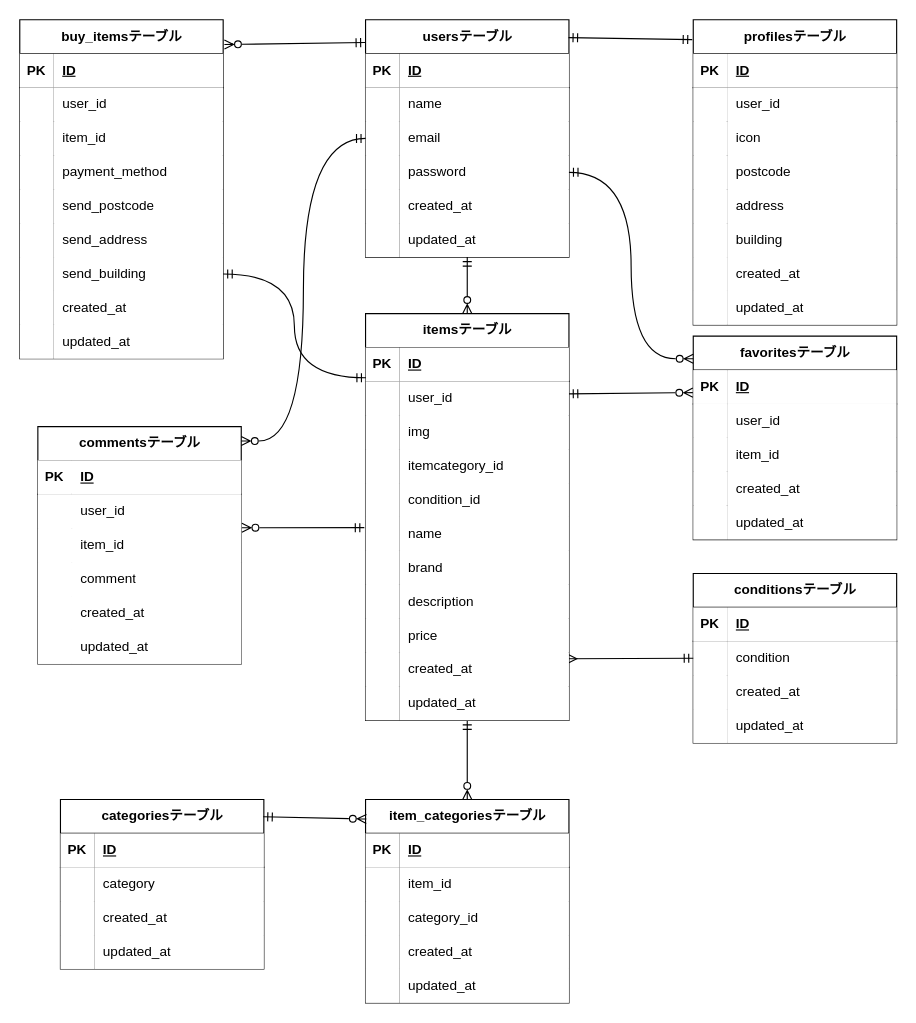
This is src/design/er.drawio from hisano-satomi/flea-market, a draw.io file, before an edit. Source tidied: cells renumbered, new cells numbered last; positions are measured from the earlier drawing's top-left corner, leaving out a move shared by most shapes. Both pictures are drawn from the tidied source at 113%, with x=0, y=0 at pixel (19, 19).
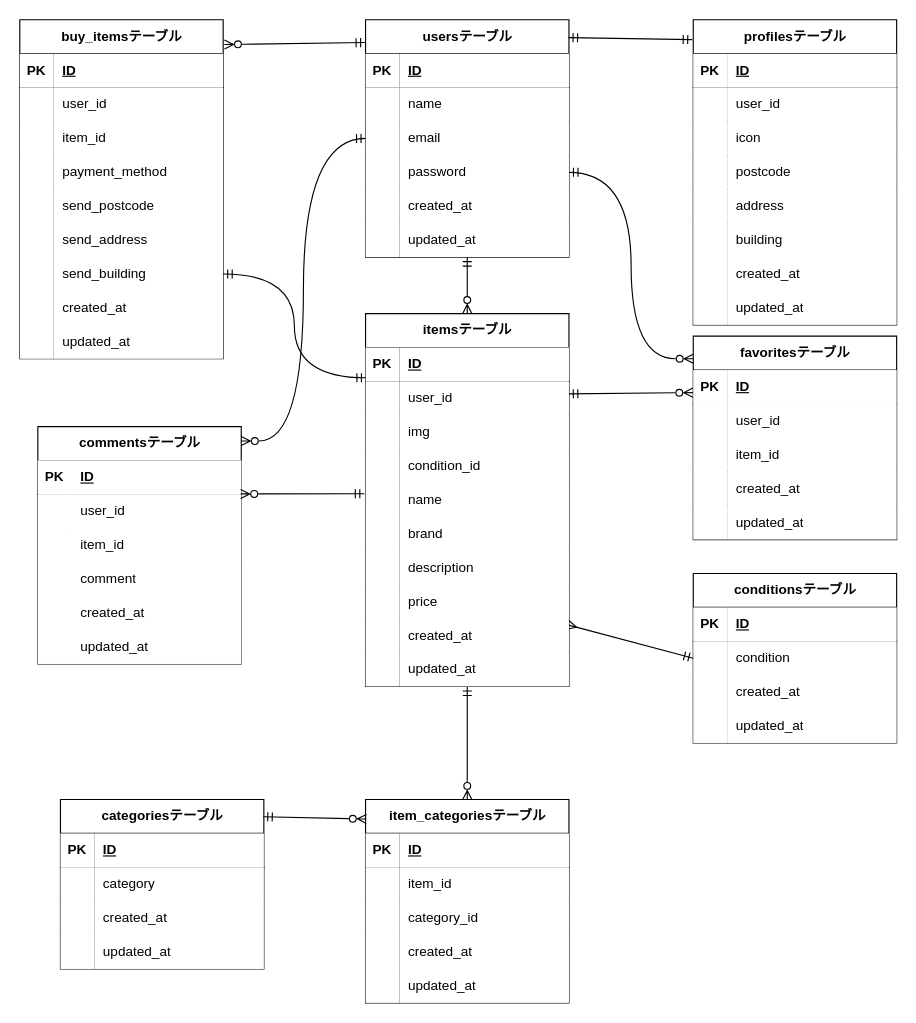
Above is the later version.

The change refers to these unchanged cells:
```xml
<mxCell id="98" style="shape=tableRow;horizontal=0;startSize=0;swimlaneHead=0;swimlaneBody=0;fillColor=default;points=[[0,0.5],[1,0.5]];portConstraint=eastwest;top=0;left=0;right=0;bottom=0;" parent="94" vertex="1">
  <mxGeometry y="60" width="180" height="30" as="geometry" />
</mxCell>
```

The edit, as a diff of the source:
```diff
@@
-    <mxCell id="160" style="fontSize=12;html=1;endArrow=ERmandOne;startArrow=ERzeroToMany;startFill=0;exitX=1.003;exitY=0.983;exitDx=0;exitDy=0;exitPerimeter=0;entryX=-0.006;entryY=0.316;entryDx=0;entryDy=0;entryPerimeter=0;" parent="1" edge="1" source="98" target="177">
+    <mxCell id="160" style="fontSize=12;html=1;endArrow=ERmandOne;startArrow=ERzeroToMany;startFill=0;exitX=0.997;exitY=-0.013;exitDx=0;exitDy=0;exitPerimeter=0;entryX=-0.006;entryY=0.316;entryDx=0;entryDy=0;entryPerimeter=0;" parent="1" edge="1" source="98" target="177">
       <mxGeometry relative="1" as="geometry" />
     </mxCell>
     <mxCell id="161" value="itemsテーブル" style="shape=table;startSize=30;childLayout=tableLayout;rowLines=0;fontStyle=1;align=center;html=1;" parent="1" vertex="1">
-      <mxGeometry x="306" y="260" width="180" height="360" as="geometry" />
+      <mxGeometry x="306" y="260" width="180" height="330" as="geometry" />
     </mxCell>
@@
-    <mxCell id="171" style="shape=tableRow;horizontal=0;startSize=0;swimlaneHead=0;swimlaneBody=0;fillColor=none;top=0;left=0;right=0;bottom=0;" parent="161" vertex="1">
-      <mxGeometry y="120" width="180" height="30" as="geometry" />
-    </mxCell>
-    <mxCell id="172" style="shape=partialRectangle;fillColor=default;top=0;left=0;bottom=0;right=0;overflow=hidden;whiteSpace=wrap;html=1;" parent="171" vertex="1">
-      <mxGeometry width="30" height="30" as="geometry" />
-    </mxCell>
-    <mxCell id="173" value="itemcategory_id" style="shape=partialRectangle;fillColor=default;top=0;left=0;bottom=0;right=0;align=left;spacingLeft=6;overflow=hidden;whiteSpace=wrap;html=1;" parent="171" vertex="1">
-      <mxGeometry x="30" width="150" height="30" as="geometry" />
-    </mxCell>
     <mxCell id="174" style="shape=tableRow;horizontal=0;startSize=0;swimlaneHead=0;swimlaneBody=0;fillColor=none;top=0;left=0;right=0;bottom=0;" parent="161" vertex="1">
-      <mxGeometry y="150" width="180" height="30" as="geometry" />
+      <mxGeometry y="120" width="180" height="30" as="geometry" />
     </mxCell>
@@
     <mxCell id="177" style="shape=tableRow;horizontal=0;startSize=0;swimlaneHead=0;swimlaneBody=0;fillColor=none;points=[[0,0.5],[1,0.5]];portConstraint=eastwest;top=0;left=0;right=0;bottom=0;" parent="161" vertex="1">
-      <mxGeometry y="180" width="180" height="30" as="geometry" />
+      <mxGeometry y="150" width="180" height="30" as="geometry" />
     </mxCell>
@@
     <mxCell id="180" style="shape=tableRow;horizontal=0;startSize=0;swimlaneHead=0;swimlaneBody=0;fillColor=none;top=0;left=0;right=0;bottom=0;" parent="161" vertex="1">
-      <mxGeometry y="210" width="180" height="30" as="geometry" />
+      <mxGeometry y="180" width="180" height="30" as="geometry" />
     </mxCell>
@@
     <mxCell id="183" style="shape=tableRow;horizontal=0;startSize=0;swimlaneHead=0;swimlaneBody=0;fillColor=none;top=0;left=0;right=0;bottom=0;" parent="161" vertex="1">
-      <mxGeometry y="240" width="180" height="30" as="geometry" />
+      <mxGeometry y="210" width="180" height="30" as="geometry" />
     </mxCell>
@@
     <mxCell id="186" style="shape=tableRow;horizontal=0;startSize=0;swimlaneHead=0;swimlaneBody=0;fillColor=none;top=0;left=0;right=0;bottom=0;" parent="161" vertex="1">
-      <mxGeometry y="270" width="180" height="30" as="geometry" />
+      <mxGeometry y="240" width="180" height="30" as="geometry" />
     </mxCell>
@@
     <mxCell id="189" style="shape=tableRow;horizontal=0;startSize=0;swimlaneHead=0;swimlaneBody=0;fillColor=none;points=[[0,0.5],[1,0.5]];portConstraint=eastwest;top=0;left=0;right=0;bottom=0;" parent="161" vertex="1">
-      <mxGeometry y="300" width="180" height="30" as="geometry" />
+      <mxGeometry y="270" width="180" height="30" as="geometry" />
     </mxCell>
@@
     <mxCell id="192" style="shape=tableRow;horizontal=0;startSize=0;swimlaneHead=0;swimlaneBody=0;fillColor=none;top=0;left=0;right=0;bottom=0;" parent="161" vertex="1">
-      <mxGeometry y="330" width="180" height="30" as="geometry" />
+      <mxGeometry y="300" width="180" height="30" as="geometry" />
     </mxCell>
```
